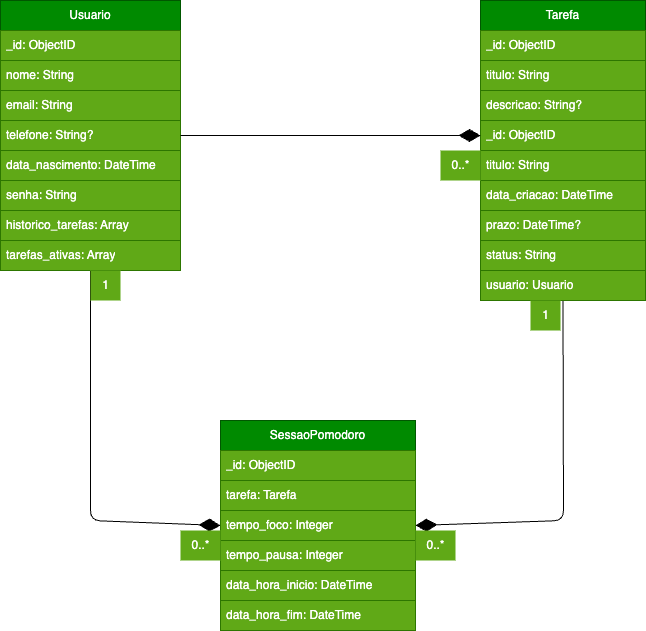
Before: docs/noAM.png, a diagram exported from draw.io (FatecFranca/DSM-G04-PI3-2024-2). Source tidied: cells renumbered, new cells last; positions are measured from the earlier drawing's top-left corner, leaving out a move shared by most shapes. Source of this version:
```xml
<mxGraphModel>
  <root>
    <mxCell id="0" />
    <mxCell id="1" parent="0" />
    <mxCell id="2" style="edgeStyle=none;html=1;exitX=0.5;exitY=1;exitDx=0;exitDy=0;entryX=0;entryY=0.5;entryDx=0;entryDy=0;strokeColor=default;strokeWidth=1;endArrow=diamondThin;endFill=1;startSize=6;endSize=19;" parent="1" edge="1" source="3" target="26">
      <mxGeometry relative="1" as="geometry">
        <Array as="points">
          <mxPoint x="90" y="320" />
          <mxPoint x="90" y="520" />
        </Array>
      </mxGeometry>
    </mxCell>
    <mxCell id="3" value="Usuario" style="swimlane;fontStyle=0;horizontal=1;startSize=30;whiteSpace=wrap;html=1;fillColor=#008a00;fontColor=#ffffff;strokeColor=#005700;" parent="1" vertex="1">
      <mxGeometry width="180" height="270" as="geometry" />
    </mxCell>
    <mxCell id="4" value="_id: ObjectID" style="text;strokeColor=#2D7600;fillColor=#60a917;align=left;verticalAlign=middle;spacingLeft=4;spacingRight=4;overflow=hidden;whiteSpace=wrap;html=1;fontColor=#ffffff;" parent="3" vertex="1">
      <mxGeometry y="30" width="180" height="30" as="geometry" />
    </mxCell>
    <mxCell id="5" value="nome: String" style="text;strokeColor=#2D7600;fillColor=#60a917;align=left;verticalAlign=middle;spacingLeft=4;spacingRight=4;overflow=hidden;whiteSpace=wrap;html=1;fontColor=#ffffff;" parent="3" vertex="1">
      <mxGeometry y="60" width="180" height="30" as="geometry" />
    </mxCell>
    <mxCell id="6" value="email: String" style="text;strokeColor=#2D7600;fillColor=#60a917;align=left;verticalAlign=middle;spacingLeft=4;spacingRight=4;overflow=hidden;whiteSpace=wrap;html=1;fontColor=#ffffff;" parent="3" vertex="1">
      <mxGeometry y="90" width="180" height="30" as="geometry" />
    </mxCell>
    <mxCell id="7" value="telefone: String?" style="text;strokeColor=#2D7600;fillColor=#60a917;align=left;verticalAlign=middle;spacingLeft=4;spacingRight=4;overflow=hidden;points=[[0,0.5],[1,0.5]];portConstraint=eastwest;whiteSpace=wrap;html=1;fontColor=#ffffff;" parent="3" vertex="1">
      <mxGeometry y="120" width="180" height="30" as="geometry" />
    </mxCell>
    <mxCell id="8" value="data_nascimento: DateTime" style="text;strokeColor=#2D7600;fillColor=#60a917;align=left;verticalAlign=middle;spacingLeft=4;spacingRight=4;overflow=hidden;whiteSpace=wrap;html=1;fontColor=#ffffff;" parent="3" vertex="1">
      <mxGeometry y="150" width="180" height="30" as="geometry" />
    </mxCell>
    <mxCell id="9" value="senha: String" style="text;strokeColor=#2D7600;fillColor=#60a917;align=left;verticalAlign=middle;spacingLeft=4;spacingRight=4;overflow=hidden;whiteSpace=wrap;html=1;fontColor=#ffffff;" parent="3" vertex="1">
      <mxGeometry y="180" width="180" height="30" as="geometry" />
    </mxCell>
    <mxCell id="10" value="historico_tarefas: Array" style="text;strokeColor=#2D7600;fillColor=#60a917;align=left;verticalAlign=middle;spacingLeft=4;spacingRight=4;overflow=hidden;whiteSpace=wrap;html=1;fontColor=#ffffff;" parent="3" vertex="1">
      <mxGeometry y="210" width="180" height="30" as="geometry" />
    </mxCell>
    <mxCell id="11" value="tarefas_ativas: Array" style="text;strokeColor=#2D7600;fillColor=#60a917;align=left;verticalAlign=middle;spacingLeft=4;spacingRight=4;overflow=hidden;whiteSpace=wrap;html=1;fontColor=#ffffff;" parent="3" vertex="1">
      <mxGeometry y="240" width="180" height="30" as="geometry" />
    </mxCell>
    <mxCell id="12" style="edgeStyle=none;html=1;exitX=0.5;exitY=1;exitDx=0;exitDy=0;entryX=1;entryY=0.5;entryDx=0;entryDy=0;strokeColor=default;strokeWidth=1;endArrow=diamondThin;endFill=1;startSize=0;endSize=19;" parent="1" edge="1" source="13" target="26">
      <mxGeometry relative="1" as="geometry">
        <Array as="points">
          <mxPoint x="563" y="520" />
        </Array>
      </mxGeometry>
    </mxCell>
    <mxCell id="13" value="Tarefa" style="swimlane;fontStyle=0;horizontal=1;startSize=30;whiteSpace=wrap;html=1;fillColor=#008a00;fontColor=#ffffff;strokeColor=#005700;" parent="1" vertex="1">
      <mxGeometry x="480" width="165" height="300" as="geometry" />
    </mxCell>
    <mxCell id="14" value="_id: ObjectID" style="text;strokeColor=#2D7600;fillColor=#60a917;align=left;verticalAlign=middle;spacingLeft=4;spacingRight=4;overflow=hidden;whiteSpace=wrap;html=1;fontColor=#ffffff;" parent="13" vertex="1">
      <mxGeometry y="30" width="165" height="30" as="geometry" />
    </mxCell>
    <mxCell id="15" value="titulo: String" style="text;strokeColor=#2D7600;fillColor=#60a917;align=left;verticalAlign=middle;spacingLeft=4;spacingRight=4;overflow=hidden;whiteSpace=wrap;html=1;fontColor=#ffffff;" parent="13" vertex="1">
      <mxGeometry y="60" width="165" height="30" as="geometry" />
    </mxCell>
    <mxCell id="16" value="descricao: String?" style="text;strokeColor=#2D7600;fillColor=#60a917;align=left;verticalAlign=middle;spacingLeft=4;spacingRight=4;overflow=hidden;whiteSpace=wrap;html=1;fontColor=#ffffff;" parent="13" vertex="1">
      <mxGeometry y="90" width="165" height="30" as="geometry" />
    </mxCell>
    <mxCell id="17" value="_id: ObjectID" style="text;strokeColor=#2D7600;fillColor=#60a917;align=left;verticalAlign=middle;spacingLeft=4;spacingRight=4;overflow=hidden;points=[[0,0.5],[1,0.5]];portConstraint=eastwest;whiteSpace=wrap;html=1;fontColor=#ffffff;" parent="13" vertex="1">
      <mxGeometry y="120" width="165" height="30" as="geometry" />
    </mxCell>
    <mxCell id="18" value="titulo: String" style="text;strokeColor=#2D7600;fillColor=#60a917;align=left;verticalAlign=middle;spacingLeft=4;spacingRight=4;overflow=hidden;whiteSpace=wrap;html=1;fontColor=#ffffff;" parent="13" vertex="1">
      <mxGeometry y="150" width="165" height="30" as="geometry" />
    </mxCell>
    <mxCell id="19" value="data_criacao: DateTime" style="text;strokeColor=#2D7600;fillColor=#60a917;align=left;verticalAlign=middle;spacingLeft=4;spacingRight=4;overflow=hidden;whiteSpace=wrap;html=1;fontColor=#ffffff;" parent="13" vertex="1">
      <mxGeometry y="180" width="165" height="30" as="geometry" />
    </mxCell>
    <mxCell id="20" value="prazo: DateTime?" style="text;strokeColor=#2D7600;fillColor=#60a917;align=left;verticalAlign=middle;spacingLeft=4;spacingRight=4;overflow=hidden;whiteSpace=wrap;html=1;fontColor=#ffffff;" parent="13" vertex="1">
      <mxGeometry y="210" width="165" height="30" as="geometry" />
    </mxCell>
    <mxCell id="21" value="status: String" style="text;strokeColor=#2D7600;fillColor=#60a917;align=left;verticalAlign=middle;spacingLeft=4;spacingRight=4;overflow=hidden;whiteSpace=wrap;html=1;fontColor=#ffffff;" parent="13" vertex="1">
      <mxGeometry y="240" width="165" height="30" as="geometry" />
    </mxCell>
    <mxCell id="22" value="usuario: Usuario" style="text;strokeColor=#2D7600;fillColor=#60a917;align=left;verticalAlign=middle;spacingLeft=4;spacingRight=4;overflow=hidden;whiteSpace=wrap;html=1;fontColor=#ffffff;" parent="13" vertex="1">
      <mxGeometry y="270" width="165" height="30" as="geometry" />
    </mxCell>
    <mxCell id="23" value="SessaoPomodoro" style="swimlane;fontStyle=0;horizontal=1;startSize=30;whiteSpace=wrap;html=1;fillColor=#008a00;fontColor=#ffffff;strokeColor=#005700;" parent="1" vertex="1">
      <mxGeometry x="220" y="420" width="195" height="210" as="geometry" />
    </mxCell>
    <mxCell id="24" value="_id: ObjectID" style="text;strokeColor=#2D7600;fillColor=#60a917;align=left;verticalAlign=middle;spacingLeft=4;spacingRight=4;overflow=hidden;whiteSpace=wrap;html=1;fontColor=#ffffff;" parent="23" vertex="1">
      <mxGeometry y="30" width="195" height="30" as="geometry" />
    </mxCell>
    <mxCell id="25" value="tarefa: Tarefa" style="text;strokeColor=#2D7600;fillColor=#60a917;align=left;verticalAlign=middle;spacingLeft=4;spacingRight=4;overflow=hidden;whiteSpace=wrap;html=1;fontColor=#ffffff;" parent="23" vertex="1">
      <mxGeometry y="60" width="195" height="30" as="geometry" />
    </mxCell>
    <mxCell id="26" value="tempo_foco: Integer" style="text;strokeColor=#2D7600;fillColor=#60a917;align=left;verticalAlign=middle;spacingLeft=4;spacingRight=4;overflow=hidden;points=[[0,0.5],[1,0.5]];portConstraint=eastwest;whiteSpace=wrap;html=1;fontColor=#ffffff;" parent="23" vertex="1">
      <mxGeometry y="90" width="195" height="30" as="geometry" />
    </mxCell>
    <mxCell id="27" value="tempo_pausa: Integer" style="text;strokeColor=#2D7600;fillColor=#60a917;align=left;verticalAlign=middle;spacingLeft=4;spacingRight=4;overflow=hidden;whiteSpace=wrap;html=1;fontColor=#ffffff;" parent="23" vertex="1">
      <mxGeometry y="120" width="195" height="30" as="geometry" />
    </mxCell>
    <mxCell id="28" value="data_hora_inicio: DateTime" style="text;strokeColor=#2D7600;fillColor=#60a917;align=left;verticalAlign=middle;spacingLeft=4;spacingRight=4;overflow=hidden;whiteSpace=wrap;html=1;fontColor=#ffffff;" parent="23" vertex="1">
      <mxGeometry y="150" width="195" height="30" as="geometry" />
    </mxCell>
    <mxCell id="29" value="data_hora_fim: DateTime" style="text;strokeColor=#2D7600;fillColor=#60a917;align=left;verticalAlign=middle;spacingLeft=4;spacingRight=4;overflow=hidden;whiteSpace=wrap;html=1;fontColor=#ffffff;" parent="23" vertex="1">
      <mxGeometry y="180" width="195" height="30" as="geometry" />
    </mxCell>
    <mxCell id="30" style="edgeStyle=none;html=1;exitX=1;exitY=0.5;exitDx=0;exitDy=0;strokeColor=default;endArrow=diamondThin;endFill=1;strokeWidth=1;startSize=6;endSize=19;" parent="1" edge="1" source="7" target="17">
      <mxGeometry relative="1" as="geometry" />
    </mxCell>
    <mxCell id="31" value="1" style="text;html=1;align=center;verticalAlign=middle;strokeColor=none;fillColor=#60a917;fontColor=#ffffff;" parent="1" vertex="1">
      <mxGeometry x="90" y="270" width="30" height="30" as="geometry" />
    </mxCell>
    <mxCell id="32" value="0..*" style="text;html=1;align=center;verticalAlign=middle;strokeColor=none;fillColor=#60a917;fontColor=#ffffff;" parent="1" vertex="1">
      <mxGeometry x="415" y="530" width="40" height="30" as="geometry" />
    </mxCell>
    <mxCell id="33" value="0..*" style="text;html=1;align=center;verticalAlign=middle;strokeColor=none;fillColor=#60a917;fontColor=#ffffff;" parent="1" vertex="1">
      <mxGeometry x="180" y="530" width="40" height="30" as="geometry" />
    </mxCell>
    <mxCell id="34" value="0..*" style="text;html=1;align=center;verticalAlign=middle;strokeColor=none;fillColor=#60a917;fontColor=#ffffff;" parent="1" vertex="1">
      <mxGeometry x="440" y="150" width="40" height="30" as="geometry" />
    </mxCell>
    <mxCell id="35" value="1" style="text;html=1;align=center;verticalAlign=middle;strokeColor=none;fillColor=#60a917;fontColor=#ffffff;" parent="1" vertex="1">
      <mxGeometry x="530" y="300" width="30" height="30" as="geometry" />
    </mxCell>
  </root>
</mxGraphModel>
```
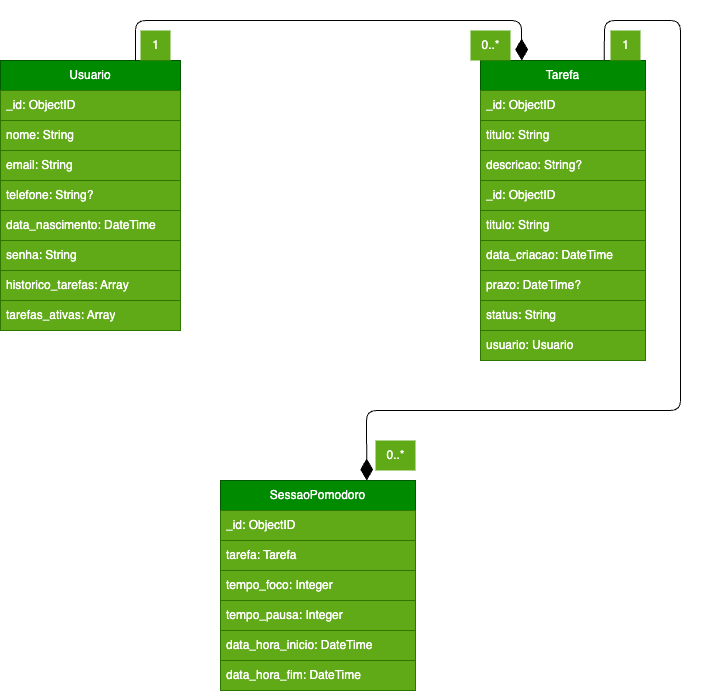
Above is the later version.

Commit message:
(07/10) Alteração do diagrama NoAM após feedback do professor

The edit, as a diff of the source:
```diff
@@ -2,14 +2,6 @@
   <root>
     <mxCell id="0" />
     <mxCell id="1" parent="0" />
-    <mxCell id="2" style="edgeStyle=none;html=1;exitX=0.5;exitY=1;exitDx=0;exitDy=0;entryX=0;entryY=0.5;entryDx=0;entryDy=0;strokeColor=default;strokeWidth=1;endArrow=diamondThin;endFill=1;startSize=6;endSize=19;" parent="1" edge="1" source="3" target="26">
-      <mxGeometry relative="1" as="geometry">
-        <Array as="points">
-          <mxPoint x="90" y="320" />
-          <mxPoint x="90" y="520" />
-        </Array>
-      </mxGeometry>
-    </mxCell>
     <mxCell id="3" value="Usuario" style="swimlane;fontStyle=0;horizontal=1;startSize=30;whiteSpace=wrap;html=1;fillColor=#008a00;fontColor=#ffffff;strokeColor=#005700;" parent="1" vertex="1">
       <mxGeometry width="180" height="270" as="geometry" />
     </mxCell>
@@ -37,10 +29,13 @@
     <mxCell id="11" value="tarefas_ativas: Array" style="text;strokeColor=#2D7600;fillColor=#60a917;align=left;verticalAlign=middle;spacingLeft=4;spacingRight=4;overflow=hidden;whiteSpace=wrap;html=1;fontColor=#ffffff;" parent="3" vertex="1">
       <mxGeometry y="240" width="180" height="30" as="geometry" />
     </mxCell>
-    <mxCell id="12" style="edgeStyle=none;html=1;exitX=0.5;exitY=1;exitDx=0;exitDy=0;entryX=1;entryY=0.5;entryDx=0;entryDy=0;strokeColor=default;strokeWidth=1;endArrow=diamondThin;endFill=1;startSize=0;endSize=19;" parent="1" edge="1" source="13" target="26">
+    <mxCell id="12" style="edgeStyle=none;html=1;exitX=0.75;exitY=0;exitDx=0;exitDy=0;entryX=0.75;entryY=0;entryDx=0;entryDy=0;strokeColor=default;strokeWidth=1;endArrow=diamondThin;endFill=1;startSize=0;endSize=19;" parent="1" edge="1" source="13" target="23">
       <mxGeometry relative="1" as="geometry">
         <Array as="points">
-          <mxPoint x="563" y="520" />
+          <mxPoint x="604" y="-40" />
+          <mxPoint x="680" y="-40" />
+          <mxPoint x="680" y="350" />
+          <mxPoint x="366" y="350" />
         </Array>
       </mxGeometry>
     </mxCell>
@@ -95,23 +90,25 @@
     <mxCell id="29" value="data_hora_fim: DateTime" style="text;strokeColor=#2D7600;fillColor=#60a917;align=left;verticalAlign=middle;spacingLeft=4;spacingRight=4;overflow=hidden;whiteSpace=wrap;html=1;fontColor=#ffffff;" parent="23" vertex="1">
       <mxGeometry y="180" width="195" height="30" as="geometry" />
     </mxCell>
-    <mxCell id="30" style="edgeStyle=none;html=1;exitX=1;exitY=0.5;exitDx=0;exitDy=0;strokeColor=default;endArrow=diamondThin;endFill=1;strokeWidth=1;startSize=6;endSize=19;" parent="1" edge="1" source="7" target="17">
-      <mxGeometry relative="1" as="geometry" />
+    <mxCell id="30" style="edgeStyle=none;html=1;exitX=0.75;exitY=0;exitDx=0;exitDy=0;strokeColor=default;endArrow=diamondThin;endFill=1;strokeWidth=1;startSize=6;endSize=19;entryX=0.25;entryY=0;entryDx=0;entryDy=0;" parent="1" edge="1" source="3" target="13">
+      <mxGeometry relative="1" as="geometry">
+        <Array as="points">
+          <mxPoint x="135" y="-40" />
+          <mxPoint x="521" y="-40" />
+        </Array>
+      </mxGeometry>
     </mxCell>
-    <mxCell id="31" value="1" style="text;html=1;align=center;verticalAlign=middle;strokeColor=none;fillColor=#60a917;fontColor=#ffffff;" parent="1" vertex="1">
-      <mxGeometry x="90" y="270" width="30" height="30" as="geometry" />
-    </mxCell>
     <mxCell id="32" value="0..*" style="text;html=1;align=center;verticalAlign=middle;strokeColor=none;fillColor=#60a917;fontColor=#ffffff;" parent="1" vertex="1">
-      <mxGeometry x="415" y="530" width="40" height="30" as="geometry" />
+      <mxGeometry x="375" y="380" width="40" height="30" as="geometry" />
     </mxCell>
-    <mxCell id="33" value="0..*" style="text;html=1;align=center;verticalAlign=middle;strokeColor=none;fillColor=#60a917;fontColor=#ffffff;" parent="1" vertex="1">
-      <mxGeometry x="180" y="530" width="40" height="30" as="geometry" />
-    </mxCell>
     <mxCell id="34" value="0..*" style="text;html=1;align=center;verticalAlign=middle;strokeColor=none;fillColor=#60a917;fontColor=#ffffff;" parent="1" vertex="1">
-      <mxGeometry x="440" y="150" width="40" height="30" as="geometry" />
+      <mxGeometry x="470" y="-30" width="40" height="30" as="geometry" />
     </mxCell>
     <mxCell id="35" value="1" style="text;html=1;align=center;verticalAlign=middle;strokeColor=none;fillColor=#60a917;fontColor=#ffffff;" parent="1" vertex="1">
-      <mxGeometry x="530" y="300" width="30" height="30" as="geometry" />
+      <mxGeometry x="610" y="-30" width="30" height="30" as="geometry" />
     </mxCell>
+    <mxCell id="31" value="1" style="text;html=1;align=center;verticalAlign=middle;strokeColor=none;fillColor=#60a917;fontColor=#ffffff;" parent="1" vertex="1">
+      <mxGeometry x="140" y="-30" width="30" height="30" as="geometry" />
+    </mxCell>
   </root>
 </mxGraphModel>
```
